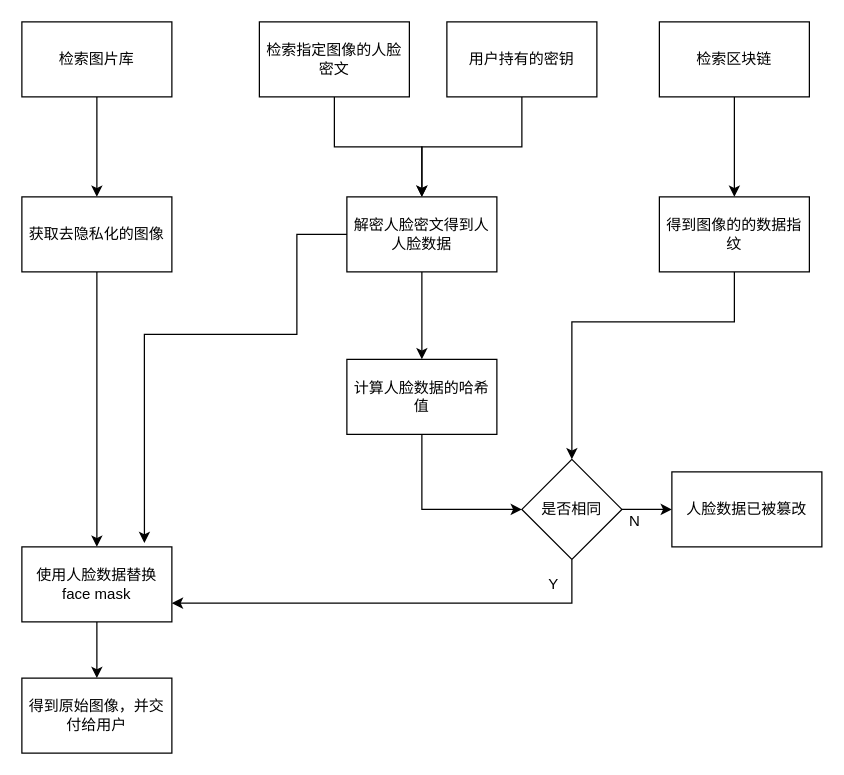
Earlier version of the draw.io diagram page "反向过程" (2 of 2) of imgs/正向过程.drawio (FadingLight9291117/draw.io). Source tidied: cells renumbered, new cells numbered last; positions are measured from the earlier drawing's top-left corner, leaving out a move shared by most shapes. Both pictures are drawn from the tidied source at 125%, with x=0, y=0 at pixel (21, 21).
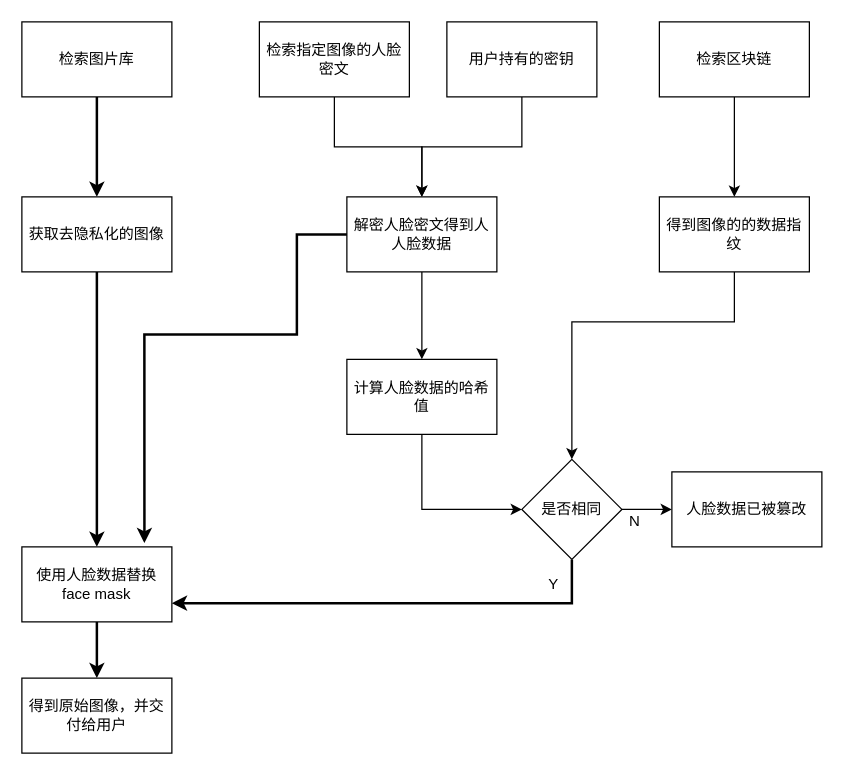
Above is the later version.

Commit message:
更新正向过程.drawio

Unchanged cells that the change refers to:
```xml
<mxCell id="3" value="检索图片库" style="rounded=0;whiteSpace=wrap;html=1;fillColor=default;" parent="1" vertex="1">
  <mxGeometry width="120" height="60" as="geometry" />
</mxCell>
<mxCell id="5" value="获取去隐私化的图像" style="rounded=0;whiteSpace=wrap;html=1;fillColor=default;" parent="1" vertex="1">
  <mxGeometry y="140" width="120" height="60" as="geometry" />
</mxCell>
<mxCell id="11" value="解密人脸密文得到人人脸数据" style="whiteSpace=wrap;html=1;rounded=0;fillColor=default;" parent="1" vertex="1">
  <mxGeometry x="260" y="140" width="120" height="60" as="geometry" />
</mxCell>
<mxCell id="13" value="使用人脸数据替换face mask" style="rounded=0;whiteSpace=wrap;html=1;fillColor=default;" parent="1" vertex="1">
  <mxGeometry y="420" width="120" height="60" as="geometry" />
</mxCell>
<mxCell id="14" value="得到原始图像，并交付给用户" style="whiteSpace=wrap;html=1;rounded=0;fillColor=default;" parent="1" vertex="1">
  <mxGeometry y="525" width="120" height="60" as="geometry" />
</mxCell>
<mxCell id="23" value="是否相同" style="rhombus;whiteSpace=wrap;html=1;rounded=0;fillColor=default;" parent="1" vertex="1">
  <mxGeometry x="400" y="350" width="80" height="80" as="geometry" />
</mxCell>
```

What changed in the source:
```diff
@@
-    <mxCell id="2" style="edgeStyle=orthogonalEdgeStyle;rounded=0;jettySize=auto;html=1;entryX=0.5;entryY=0;entryDx=0;entryDy=0;" parent="1" edge="1" source="3" target="5">
+    <mxCell id="2" style="edgeStyle=orthogonalEdgeStyle;rounded=0;jettySize=auto;html=1;entryX=0.5;entryY=0;entryDx=0;entryDy=0;strokeWidth=2;" parent="1" edge="1" source="3" target="5">
       <mxGeometry relative="1" as="geometry" />
     </mxCell>
@@
-    <mxCell id="4" style="edgeStyle=orthogonalEdgeStyle;rounded=0;jettySize=auto;html=1;" parent="1" edge="1" source="5" target="13">
+    <mxCell id="4" style="edgeStyle=orthogonalEdgeStyle;rounded=0;jettySize=auto;html=1;strokeWidth=2;" parent="1" edge="1" source="5" target="13">
       <mxGeometry relative="1" as="geometry" />
     </mxCell>
@@
-    <mxCell id="12" style="edgeStyle=orthogonalEdgeStyle;rounded=0;jettySize=auto;html=1;entryX=0.5;entryY=0;entryDx=0;entryDy=0;" parent="1" edge="1" source="13" target="14">
+    <mxCell id="12" style="edgeStyle=orthogonalEdgeStyle;rounded=0;jettySize=auto;html=1;entryX=0.5;entryY=0;entryDx=0;entryDy=0;strokeWidth=2;" parent="1" edge="1" source="13" target="14">
       <mxGeometry relative="1" as="geometry" />
     </mxCell>
@@
-    <mxCell id="21" style="edgeStyle=orthogonalEdgeStyle;rounded=0;jettySize=auto;html=1;entryX=1;entryY=0.75;entryDx=0;entryDy=0;" parent="1" edge="1" source="23" target="13">
+    <mxCell id="21" style="edgeStyle=orthogonalEdgeStyle;rounded=0;jettySize=auto;html=1;entryX=1;entryY=0.75;entryDx=0;entryDy=0;strokeWidth=2;" parent="1" edge="1" source="23" target="13">
       <mxGeometry relative="1" as="geometry">
         <Array as="points">
           <mxPoint x="440" y="425" />
         </Array>
       </mxGeometry>
     </mxCell>
@@
-    <mxCell id="27" style="endArrow=classic;html=1;rounded=0;entryX=0.817;entryY=-0.05;entryDx=0;entryDy=0;entryPerimeter=0;exitX=0;exitY=0.5;exitDx=0;exitDy=0;" parent="1" edge="1" source="11" target="13">
+    <mxCell id="27" style="endArrow=classic;html=1;rounded=0;entryX=0.817;entryY=-0.05;entryDx=0;entryDy=0;entryPerimeter=0;exitX=0;exitY=0.5;exitDx=0;exitDy=0;strokeWidth=2;" parent="1" edge="1" source="11" target="13">
       <mxGeometry relative="1" as="geometry">
         <Array as="points">
           <mxPoint x="220" y="170" />
           <mxPoint x="220" y="250" />
           <mxPoint x="98" y="250" />
         </Array>
       </mxGeometry>
     </mxCell>
```
